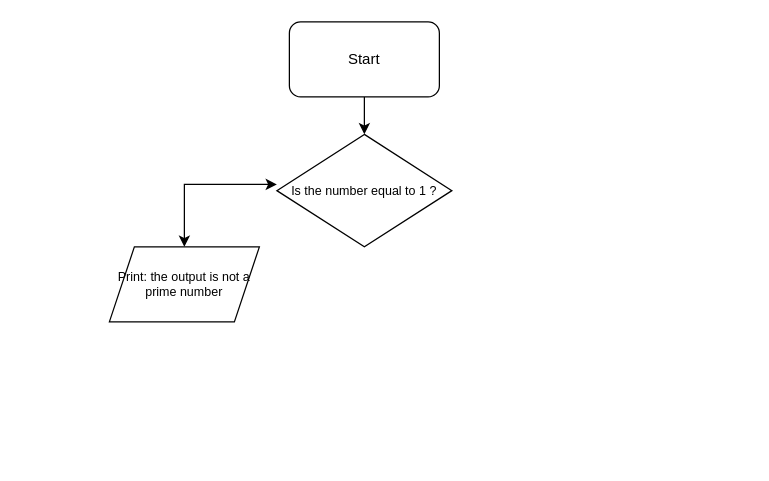
The draw.io diagram Diagramme sans nom.drawio in kevinthai-ironhack/KT, before the edit. Source tidied: cells renumbered, new cells numbered last; positions are measured from the earlier drawing's top-left corner, leaving out a move shared by most shapes. Both pictures are drawn from the tidied source at 125%, with x=0, y=0 at pixel (109, 21).
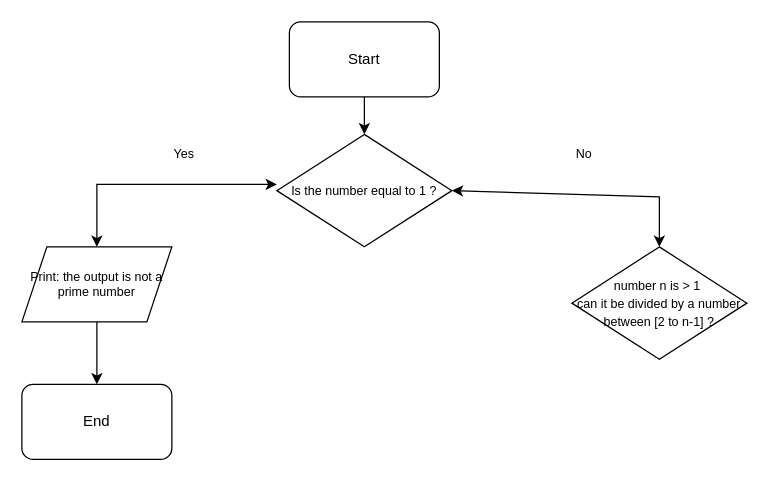
The same page after the edit.

Commit message:
Mettre à jour Diagramme sans nom.drawio

Change to the diagram source:
```diff
@@
 <mxGraphModel>
   <root>
     <mxCell id="0" />
     <mxCell id="1" parent="0" />
     <mxCell id="2" style="edgeStyle=orthogonalEdgeStyle;rounded=0;jettySize=auto;html=1;exitX=0.5;exitY=1;exitDx=0;exitDy=0;" parent="1" edge="1" source="3">
       <mxGeometry relative="1" as="geometry">
         <mxPoint x="204" y="90" as="targetPoint" />
       </mxGeometry>
     </mxCell>
     <mxCell id="3" value="Start" style="rounded=1;whiteSpace=wrap;html=1;" parent="1" vertex="1">
       <mxGeometry x="144" width="120" height="60" as="geometry" />
     </mxCell>
     <mxCell id="4" value="&lt;div style=&quot;&quot;&gt;&lt;span style=&quot;background-color: initial;&quot;&gt;&lt;font style=&quot;font-size: 10px;&quot;&gt;Is the number equal to 1 ?&lt;/font&gt;&lt;/span&gt;&lt;/div&gt;" style="rhombus;whiteSpace=wrap;html=1;align=center;" parent="1" vertex="1">
       <mxGeometry x="134" y="90" width="140" height="90" as="geometry" />
     </mxCell>
     <mxCell id="5" style="edgeStyle=orthogonalEdgeStyle;rounded=0;orthogonalLoop=1;jettySize=auto;html=1;exitX=0.5;exitY=1;exitDx=0;exitDy=0;fontSize=10;" parent="1" edge="1" source="4" target="4">
       <mxGeometry relative="1" as="geometry" />
     </mxCell>
     <mxCell id="6" style="endArrow=classic;startArrow=classic;html=1;rounded=0;fontSize=10;" parent="1" edge="1">
       <mxGeometry relative="1" as="geometry">
-        <mxPoint x="60" y="180" as="sourcePoint" />
+        <mxPoint x="-10" y="180" as="sourcePoint" />
         <mxPoint x="134" y="130" as="targetPoint" />
         <Array as="points">
-          <mxPoint x="60" y="130" />
+          <mxPoint x="-10" y="170" />
+          <mxPoint x="-10" y="130" />
         </Array>
       </mxGeometry>
     </mxCell>
+    <mxCell id="8" style="edgeStyle=orthogonalEdgeStyle;rounded=0;jettySize=auto;html=1;exitX=0.5;exitY=1;exitDx=0;exitDy=0;fontSize=10;entryX=0.5;entryY=0;entryDx=0;entryDy=0;" parent="1" edge="1" source="7" target="9">
+      <mxGeometry relative="1" as="geometry" />
+    </mxCell>
     <mxCell id="7" value="Print: the output is not a prime number" style="shape=parallelogram;perimeter=parallelogramPerimeter;whiteSpace=wrap;html=1;fixedSize=1;fontSize=10;" parent="1" vertex="1">
-      <mxGeometry y="180" width="120" height="60" as="geometry" />
+      <mxGeometry x="-70" y="180" width="120" height="60" as="geometry" />
     </mxCell>
+    <mxCell id="9" value="End" style="rounded=1;whiteSpace=wrap;html=1;" parent="1" vertex="1">
+      <mxGeometry x="-70" y="290" width="120" height="60" as="geometry" />
+    </mxCell>
+    <mxCell id="10" value="Yes" style="text;strokeColor=none;align=center;fillColor=none;html=1;verticalAlign=middle;whiteSpace=wrap;rounded=0;fontSize=10;" parent="1" vertex="1">
+      <mxGeometry x="30" y="90" width="60" height="30" as="geometry" />
+    </mxCell>
+    <mxCell id="11" style="endArrow=classic;startArrow=classic;html=1;rounded=0;fontSize=10;entryX=1;entryY=0.5;entryDx=0;entryDy=0;exitX=0.5;exitY=0;exitDx=0;exitDy=0;" parent="1" edge="1" source="13" target="4">
+      <mxGeometry relative="1" as="geometry">
+        <Array as="points">
+          <mxPoint x="440" y="140" />
+        </Array>
+      </mxGeometry>
+    </mxCell>
+    <mxCell id="12" value="No" style="text;strokeColor=none;align=center;fillColor=none;html=1;verticalAlign=middle;whiteSpace=wrap;rounded=0;fontSize=10;" parent="1" vertex="1">
+      <mxGeometry x="350" y="90" width="60" height="30" as="geometry" />
+    </mxCell>
+    <mxCell id="13" value="&lt;div style=&quot;&quot;&gt;&lt;span style=&quot;font-size: 10px;&quot;&gt;number n is &amp;gt; 1&amp;nbsp;&lt;/span&gt;&lt;/div&gt;&lt;div style=&quot;&quot;&gt;&lt;span style=&quot;font-size: 10px;&quot;&gt;can it be divided by a number between [2 to n-1] ?&lt;/span&gt;&lt;/div&gt;" style="rhombus;whiteSpace=wrap;html=1;align=center;" parent="1" vertex="1">
+      <mxGeometry x="370" y="180" width="140" height="90" as="geometry" />
+    </mxCell>
   </root>
 </mxGraphModel>
```
